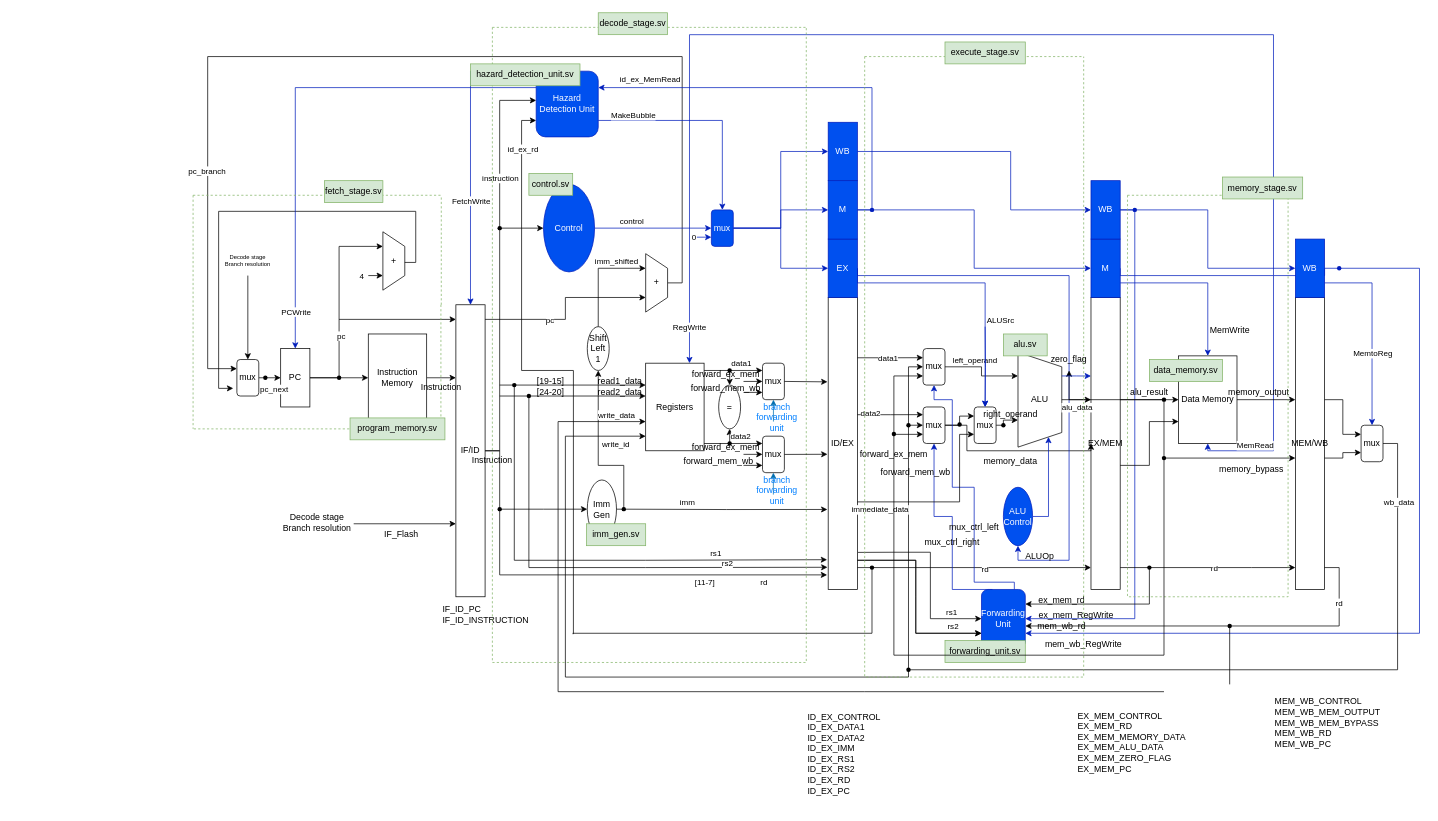
This is documentation/Architecture.drawio from RISC-V-on-FPGA/riscv, a draw.io file, before an edit. Source tidied: cells renumbered, new cells numbered last; positions are measured from the earlier drawing's top-left corner, leaving out a move shared by most shapes. Both pictures are drawn from the tidied source at 73%, with x=0, y=0 at pixel (193, 12).
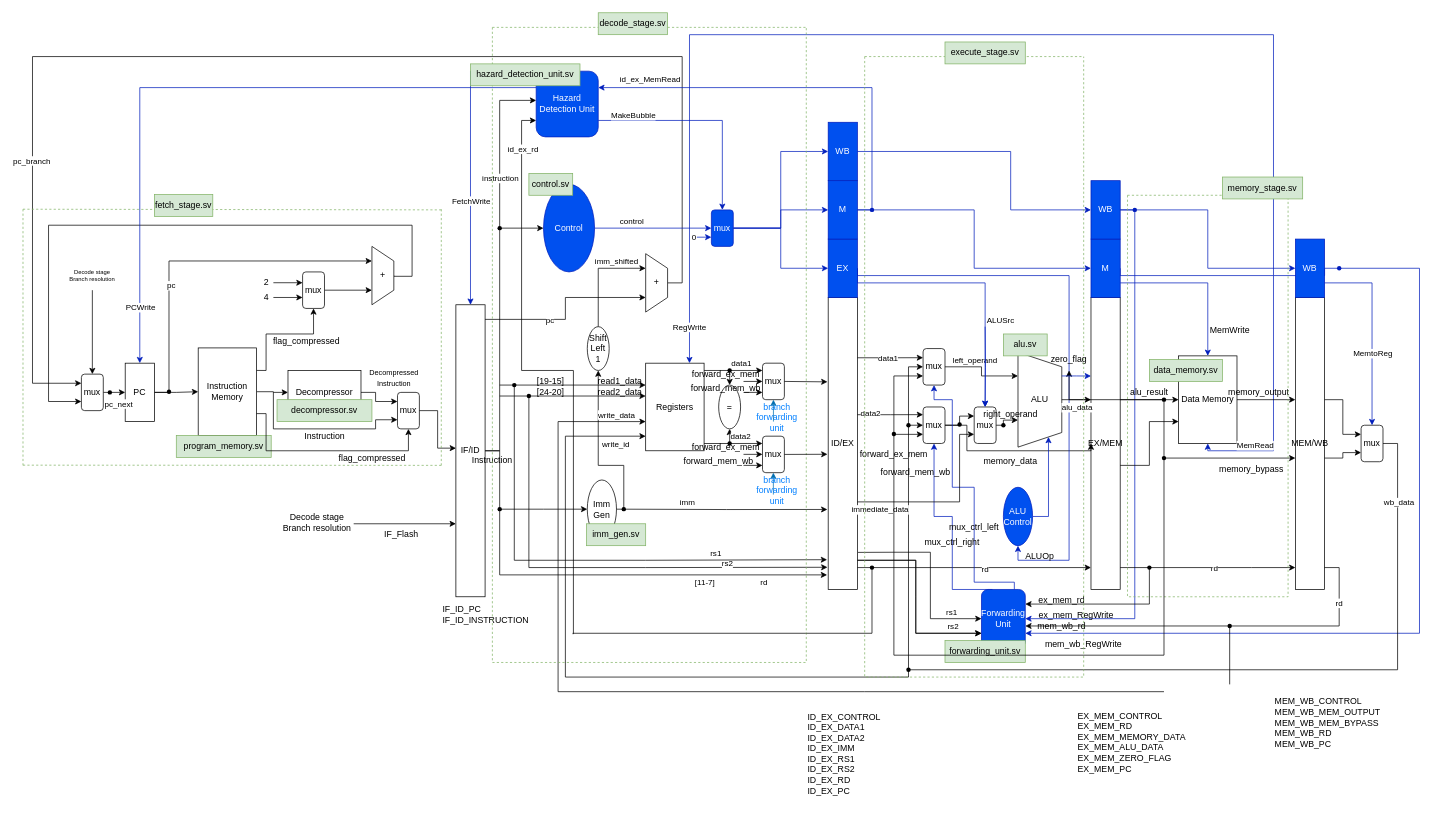
The same diagram, later.

The change refers to these unchanged cells:
```xml
<mxCell id="20" value="IF/ID&lt;br&gt;" style="rounded=0;whiteSpace=wrap;html=1;overflow=visible;" parent="1" vertex="1">
  <mxGeometry x="360" y="400" width="40" height="400" as="geometry" />
</mxCell>
<mxCell id="32" value="+&lt;br&gt;" style="shape=trapezoid;perimeter=trapezoidPerimeter;whiteSpace=wrap;html=1;fixedSize=1;direction=south;" parent="1" vertex="1">
  <mxGeometry x="620" y="330" width="30" height="80" as="geometry" />
</mxCell>
```

The edit, as a diff of the source:
```diff
@@
-    <mxCell id="2" style="edgeStyle=orthogonalEdgeStyle;rounded=0;jettySize=auto;html=1;exitX=1;exitY=0.5;exitDx=0;exitDy=0;entryX=0;entryY=0.25;entryDx=0;entryDy=0;" parent="1" edge="1" source="3" target="20">
-      <mxGeometry relative="1" as="geometry" />
-    </mxCell>
+    <mxCell id="251" style="edgeStyle=orthogonalEdgeStyle;rounded=0;jettySize=auto;html=1;entryX=0;entryY=0.75;entryDx=0;entryDy=0;exitX=1;exitY=0.5;exitDx=0;exitDy=0;" parent="1" edge="1" source="3" target="254">
+      <mxGeometry relative="1" as="geometry">
+        <Array as="points">
+          <mxPoint x="110" y="519" />
+          <mxPoint x="110" y="570" />
+          <mxPoint x="250" y="570" />
+          <mxPoint x="250" y="558" />
+        </Array>
+      </mxGeometry>
+    </mxCell>
     <mxCell id="3" value="Instruction Memory" style="rounded=0;whiteSpace=wrap;html=1;" parent="1" vertex="1">
-      <mxGeometry x="240" y="440" width="80" height="120" as="geometry" />
+      <mxGeometry x="7" y="459.1" width="80" height="120" as="geometry" />
     </mxCell>
@@
     <mxCell id="5" style="edgeStyle=orthogonalEdgeStyle;rounded=0;jettySize=auto;html=1;exitX=1;exitY=0.5;exitDx=0;exitDy=0;entryX=0.25;entryY=1;entryDx=0;entryDy=0;" parent="1" edge="1" source="7" target="14">
       <mxGeometry relative="1" as="geometry">
         <Array as="points">
-          <mxPoint x="200" y="500" />
-          <mxPoint x="200" y="320" />
+          <mxPoint x="-33" y="519.1" />
+          <mxPoint x="-33" y="339.1" />
         </Array>
       </mxGeometry>
     </mxCell>
@@
     <mxCell id="7" value="PC&lt;br&gt;" style="rounded=0;whiteSpace=wrap;html=1;" parent="1" vertex="1">
-      <mxGeometry x="120" y="460" width="40" height="80" as="geometry" />
+      <mxGeometry x="-93" y="480" width="40" height="80" as="geometry" />
     </mxCell>
@@
     <mxCell id="10" value="mux&lt;br&gt;" style="rounded=1;whiteSpace=wrap;html=1;" parent="1" vertex="1">
-      <mxGeometry x="60" y="475" width="30" height="50" as="geometry" />
+      <mxGeometry x="-153" y="495" width="30" height="50" as="geometry" />
     </mxCell>
-    <mxCell id="11" style="edgeStyle=orthogonalEdgeStyle;rounded=0;jettySize=auto;html=1;exitX=0.75;exitY=1;exitDx=0;exitDy=0;entryX=0.75;entryY=1;entryDx=0;entryDy=0;" parent="1" edge="1" target="14">
-      <mxGeometry relative="1" as="geometry">
-        <mxPoint x="240" y="360" as="sourcePoint" />
-      </mxGeometry>
-    </mxCell>
-    <mxCell id="12" value="4&lt;br&gt;" style="edgeLabel;html=1;align=center;verticalAlign=middle;" parent="11" vertex="1">
-      <mxGeometry x="-0.46" relative="1" as="geometry">
-        <mxPoint x="-15" as="offset" />
-      </mxGeometry>
-    </mxCell>
-    <mxCell id="13" style="edgeStyle=orthogonalEdgeStyle;rounded=0;orthogonalLoop=1;jettySize=auto;html=1;exitX=0.5;exitY=0;exitDx=0;exitDy=0;entryX=0;entryY=0.75;entryDx=0;entryDy=0;" parent="1" edge="1">
+    <mxCell id="13" style="edgeStyle=orthogonalEdgeStyle;rounded=0;jettySize=auto;html=1;exitX=0.5;exitY=0;exitDx=0;exitDy=0;entryX=0;entryY=0.75;entryDx=0;entryDy=0;" parent="1" edge="1" source="14" target="10">
       <mxGeometry relative="1" as="geometry">
-        <mxPoint x="285" y="342" as="sourcePoint" />
-        <mxPoint x="55" y="514.5" as="targetPoint" />
         <Array as="points">
-          <mxPoint x="305" y="342" />
-          <mxPoint x="305" y="272" />
-          <mxPoint x="35" y="272" />
-          <mxPoint x="35" y="515" />
+          <mxPoint x="300" y="361" />
+          <mxPoint x="300" y="291" />
+          <mxPoint x="-198" y="291" />
+          <mxPoint x="-198" y="532" />
+          <mxPoint x="-153" y="532" />
         </Array>
       </mxGeometry>
     </mxCell>
     <mxCell id="14" value="+&lt;br&gt;" style="shape=trapezoid;perimeter=trapezoidPerimeter;whiteSpace=wrap;html=1;fixedSize=1;direction=south;" parent="1" vertex="1">
-      <mxGeometry x="260" y="300" width="30" height="80" as="geometry" />
+      <mxGeometry x="245" y="320" width="30" height="80" as="geometry" />
     </mxCell>
@@
     <mxCell id="30" style="edgeStyle=orthogonalEdgeStyle;rounded=0;jettySize=auto;html=1;exitX=0.5;exitY=0;exitDx=0;exitDy=0;entryX=0;entryY=0.25;entryDx=0;entryDy=0;" parent="1" edge="1" source="32" target="10">
       <mxGeometry relative="1" as="geometry">
         <Array as="points">
           <mxPoint x="670" y="370" />
           <mxPoint x="670" y="60" />
-          <mxPoint x="20" y="60" />
-          <mxPoint x="20" y="488" />
+          <mxPoint x="-220" y="60" />
+          <mxPoint x="-220" y="508" />
         </Array>
       </mxGeometry>
     </mxCell>
@@
-    <mxCell id="93" style="endArrow=classic;html=1;rounded=0;entryX=0;entryY=0.025;entryDx=0;entryDy=0;entryPerimeter=0;" parent="1" edge="1">
-      <mxGeometry relative="1" as="geometry">
-        <mxPoint x="200" y="420" as="sourcePoint" />
-        <mxPoint x="360" y="420" as="targetPoint" />
-      </mxGeometry>
-    </mxCell>
@@
     <mxCell id="114" style="shape=waypoint;sketch=0;fillStyle=solid;size=6;fillColor=none;perimeter=centerPerimeter;" parent="1" vertex="1">
-      <mxGeometry x="190" y="490" width="20" height="20" as="geometry" />
+      <mxGeometry x="-43" y="509.1" width="20" height="20" as="geometry" />
     </mxCell>
@@
     <mxCell id="183" style="endArrow=none;dashed=1;html=1;rounded=0;fillColor=#d5e8d4;strokeColor=#82b366;" parent="1" edge="1">
       <mxGeometry relative="1" as="geometry">
-        <mxPoint y="250" as="sourcePoint" />
-        <mxPoint x="340" y="250" as="targetPoint" />
+        <mxPoint x="-233" y="269.1" as="sourcePoint" />
+        <mxPoint x="340" y="270" as="targetPoint" />
       </mxGeometry>
     </mxCell>
-    <mxCell id="184" style="endArrow=none;dashed=1;html=1;rounded=0;fillColor=#d5e8d4;strokeColor=#82b366;" parent="1" edge="1">
-      <mxGeometry relative="1" as="geometry">
-        <mxPoint x="340" y="400" as="sourcePoint" />
-        <mxPoint x="340" y="250" as="targetPoint" />
-      </mxGeometry>
-    </mxCell>
-    <mxCell id="185" style="endArrow=none;dashed=1;html=1;rounded=0;fillColor=#d5e8d4;strokeColor=#82b366;" parent="1" edge="1">
-      <mxGeometry relative="1" as="geometry">
-        <mxPoint x="339.5" y="400" as="sourcePoint" />
-        <mxPoint x="339.5" y="570" as="targetPoint" />
-      </mxGeometry>
-    </mxCell>
     <mxCell id="186" style="endArrow=none;dashed=1;html=1;rounded=0;fillColor=#d5e8d4;strokeColor=#82b366;" parent="1" edge="1">
       <mxGeometry relative="1" as="geometry">
-        <mxPoint x="220" y="570" as="sourcePoint" />
-        <mxPoint y="570" as="targetPoint" />
+        <mxPoint x="340" y="620" as="sourcePoint" />
+        <mxPoint x="-233" y="619.7" as="targetPoint" />
       </mxGeometry>
     </mxCell>
     <mxCell id="187" style="endArrow=none;dashed=1;html=1;rounded=0;fillColor=#d5e8d4;strokeColor=#82b366;" parent="1" edge="1">
       <mxGeometry relative="1" as="geometry">
-        <mxPoint y="250" as="sourcePoint" />
-        <mxPoint y="570" as="targetPoint" />
+        <mxPoint x="-233" y="269.1" as="sourcePoint" />
+        <mxPoint x="-233" y="620" as="targetPoint" />
       </mxGeometry>
     </mxCell>
     <mxCell id="188" value="fetch_stage.sv" style="text;html=1;strokeColor=#82b366;fillColor=#d5e8d4;align=center;verticalAlign=middle;whiteSpace=wrap;rounded=0;" parent="1" vertex="1">
-      <mxGeometry x="180" y="230" width="80" height="30" as="geometry" />
+      <mxGeometry x="-53" y="249.1" width="80" height="30" as="geometry" />
     </mxCell>
     <mxCell id="189" style="shape=waypoint;sketch=0;fillStyle=solid;size=6;fillColor=none;perimeter=centerPerimeter;" parent="1" vertex="1">
-      <mxGeometry x="89" y="490" width="20" height="20" as="geometry" />
+      <mxGeometry x="-124" y="510" width="20" height="20" as="geometry" />
     </mxCell>
@@
-    <mxCell id="191" value="&lt;div&gt;Instruction&lt;/div&gt;&lt;div&gt;&lt;br&gt;&lt;/div&gt;" style="text;html=1;align=center;verticalAlign=middle;whiteSpace=wrap;rounded=0;" parent="1" vertex="1">
-      <mxGeometry x="310" y="505" width="60" height="30" as="geometry" />
-    </mxCell>
@@
     <mxCell id="238" value="program_memory.sv" style="text;html=1;align=center;verticalAlign=middle;whiteSpace=wrap;rounded=0;fillColor=#d5e8d4;strokeColor=#82b366;" parent="1" vertex="1">
-      <mxGeometry x="215" y="555" width="130" height="30" as="geometry" />
+      <mxGeometry x="-23" y="579.1" width="130" height="30" as="geometry" />
     </mxCell>
@@
     <mxCell id="250" value="&lt;font style=&quot;font-size: 8px;&quot;&gt;Decode stage&lt;/font&gt;&lt;div style=&quot;font-size: 8px;&quot;&gt;&lt;font style=&quot;font-size: 8px;&quot;&gt;Branch resolution&lt;/font&gt;&lt;/div&gt;" style="text;html=1;align=center;verticalAlign=middle;whiteSpace=wrap;rounded=0;" parent="1" vertex="1">
-      <mxGeometry x="15" y="315" width="120" height="45" as="geometry" />
+      <mxGeometry x="-198" y="335" width="120" height="45" as="geometry" />
     </mxCell>
+    <mxCell id="252" style="edgeStyle=orthogonalEdgeStyle;rounded=0;jettySize=auto;html=1;entryX=0;entryY=0.25;entryDx=0;entryDy=0;" parent="1" edge="1" source="253" target="254">
+      <mxGeometry relative="1" as="geometry">
+        <Array as="points">
+          <mxPoint x="250" y="520" />
+          <mxPoint x="250" y="532" />
+        </Array>
+      </mxGeometry>
+    </mxCell>
+    <mxCell id="253" value="Decompressor" style="rounded=0;whiteSpace=wrap;html=1;" parent="1" vertex="1">
+      <mxGeometry x="130" y="490" width="100" height="60" as="geometry" />
+    </mxCell>
+    <mxCell id="254" value="mux&lt;br&gt;" style="rounded=1;whiteSpace=wrap;html=1;" parent="1" vertex="1">
+      <mxGeometry x="280" y="520" width="30" height="50" as="geometry" />
+    </mxCell>
+    <mxCell id="255" style="endArrow=classic;html=1;rounded=0;entryX=0;entryY=0.5;entryDx=0;entryDy=0;" parent="1" edge="1" target="253">
+      <mxGeometry relative="1" as="geometry">
+        <mxPoint x="110" y="520" as="sourcePoint" />
+      </mxGeometry>
+    </mxCell>
+    <mxCell id="191" value="Instruction" style="text;html=1;align=center;verticalAlign=middle;strokeColor=none;fillColor=none;" parent="1" vertex="1">
+      <mxGeometry x="140" y="565" width="80" height="30" as="geometry" />
+    </mxCell>
+    <mxCell id="256" value="&lt;font style=&quot;font-size: 10px;&quot;&gt;Decompressed &lt;br&gt;Instruction&lt;/font&gt;" style="text;html=1;align=center;verticalAlign=middle;strokeColor=none;fillColor=none;" parent="1" vertex="1">
+      <mxGeometry x="230" y="480" width="90" height="40" as="geometry" />
+    </mxCell>
+    <mxCell id="257" style="edgeStyle=orthogonalEdgeStyle;rounded=0;jettySize=auto;html=1;entryX=0.003;entryY=0.491;entryDx=0;entryDy=0;entryPerimeter=0;" parent="1" edge="1" source="254" target="20">
+      <mxGeometry relative="1" as="geometry" />
+    </mxCell>
+    <mxCell id="258" style="edgeStyle=orthogonalEdgeStyle;rounded=0;jettySize=auto;html=1;entryX=0.5;entryY=1;entryDx=0;entryDy=0;exitX=1;exitY=0.75;exitDx=0;exitDy=0;" parent="1" edge="1" source="3" target="254">
+      <mxGeometry relative="1" as="geometry">
+        <Array as="points">
+          <mxPoint x="100" y="549" />
+          <mxPoint x="100" y="600" />
+          <mxPoint x="295" y="600" />
+        </Array>
+      </mxGeometry>
+    </mxCell>
+    <mxCell id="259" value="flag_compressed" style="text;html=1;align=center;verticalAlign=middle;strokeColor=none;fillColor=none;" parent="1" vertex="1">
+      <mxGeometry x="190" y="595" width="110" height="30" as="geometry" />
+    </mxCell>
+    <mxCell id="260" value="decompressor.sv" style="text;html=1;align=center;verticalAlign=middle;whiteSpace=wrap;rounded=0;fillColor=#d5e8d4;strokeColor=#82b366;" parent="1" vertex="1">
+      <mxGeometry x="115" y="530" width="130" height="30" as="geometry" />
+    </mxCell>
+    <mxCell id="261" style="endArrow=none;dashed=1;html=1;rounded=0;fillColor=#d5e8d4;strokeColor=#82b366;" parent="1" edge="1">
+      <mxGeometry relative="1" as="geometry">
+        <mxPoint x="340" y="269.1" as="sourcePoint" />
+        <mxPoint x="340" y="620" as="targetPoint" />
+      </mxGeometry>
+    </mxCell>
+    <mxCell id="262" style="edgeStyle=orthogonalEdgeStyle;rounded=0;jettySize=auto;html=1;entryX=0.75;entryY=1;entryDx=0;entryDy=0;" parent="1" edge="1" source="263" target="14">
+      <mxGeometry relative="1" as="geometry" />
+    </mxCell>
+    <mxCell id="263" value="mux&lt;br&gt;" style="rounded=1;whiteSpace=wrap;html=1;" parent="1" vertex="1">
+      <mxGeometry x="150" y="355" width="30" height="50" as="geometry" />
+    </mxCell>
+    <mxCell id="264" style="endArrow=classic;html=1;rounded=0;" parent="1" edge="1">
+      <mxGeometry relative="1" as="geometry">
+        <mxPoint x="110" y="369.8" as="sourcePoint" />
+        <mxPoint x="150" y="369.8" as="targetPoint" />
+      </mxGeometry>
+    </mxCell>
+    <mxCell id="265" style="endArrow=classic;html=1;rounded=0;" parent="1" edge="1">
+      <mxGeometry relative="1" as="geometry">
+        <mxPoint x="110" y="390" as="sourcePoint" />
+        <mxPoint x="150" y="390" as="targetPoint" />
+      </mxGeometry>
+    </mxCell>
+    <mxCell id="266" value="2" style="text;html=1;align=center;verticalAlign=middle;strokeColor=none;fillColor=none;" parent="1" vertex="1">
+      <mxGeometry x="85" y="355" width="30" height="30" as="geometry" />
+    </mxCell>
+    <mxCell id="12" value="4" style="text;html=1;align=center;verticalAlign=middle;strokeColor=none;fillColor=none;" parent="1" vertex="1">
+      <mxGeometry x="85" y="375" width="30" height="30" as="geometry" />
+    </mxCell>
+    <mxCell id="267" style="endArrow=classic;html=1;rounded=0;entryX=0.5;entryY=1;entryDx=0;entryDy=0;exitX=1.001;exitY=0.257;exitDx=0;exitDy=0;exitPerimeter=0;" parent="1" edge="1" source="3" target="263">
+      <mxGeometry relative="1" as="geometry">
+        <Array as="points">
+          <mxPoint x="100" y="490" />
+          <mxPoint x="100" y="440" />
+          <mxPoint x="165" y="440" />
+        </Array>
+      </mxGeometry>
+    </mxCell>
+    <mxCell id="268" value="flag_compressed" style="text;html=1;align=center;verticalAlign=middle;strokeColor=none;fillColor=none;" parent="1" vertex="1">
+      <mxGeometry x="100" y="435" width="110" height="30" as="geometry" />
+    </mxCell>
```
